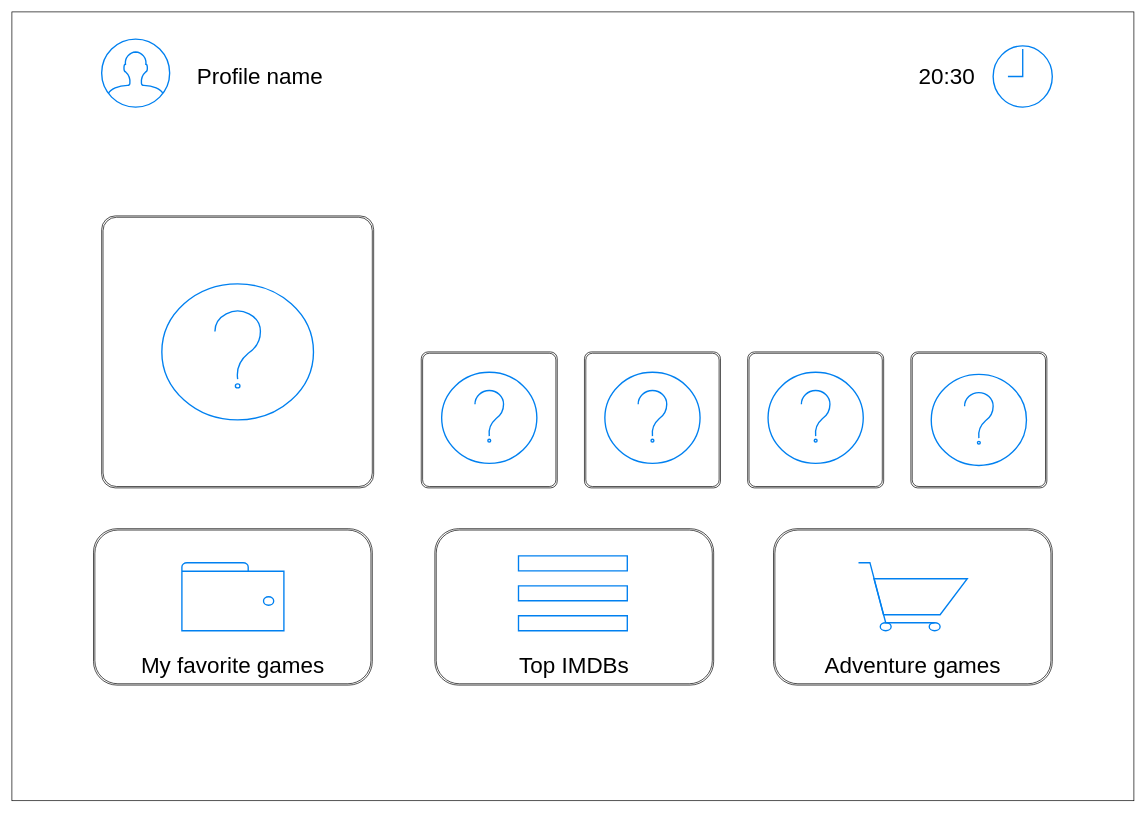
DouglasVolcato/xbox-live-frontend keeps this draw.io diagram as src/presentation/drawings/home-page.drawio. Above is the earlier version. Source tidied: cells renumbered, new cells numbered last; positions are measured from the earlier drawing's top-left corner, leaving out a move shared by most shapes. Both pictures are drawn from the tidied source at 68%, with x=0, y=0 at pixel (12, 12).
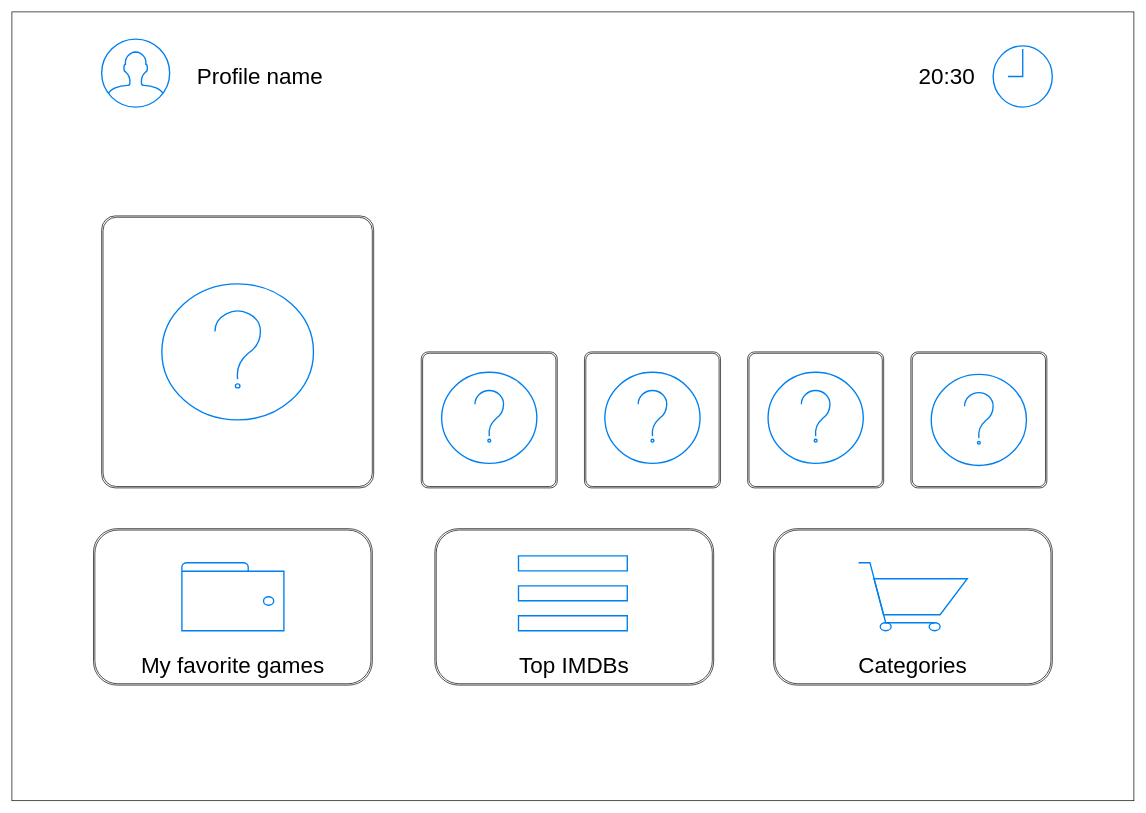
After the change.

Commit message:
chore: implement home-page draw

Diff of the diagram source:
```diff
@@
-    <mxCell id="17" value="Adventure games" style="text;html=1;strokeColor=none;fillColor=none;align=center;verticalAlign=middle;whiteSpace=wrap;rounded=0;fontSize=33;" parent="1" vertex="1">
+    <mxCell id="17" value="Categories" style="text;html=1;strokeColor=none;fillColor=none;align=center;verticalAlign=middle;whiteSpace=wrap;rounded=0;fontSize=33;" parent="1" vertex="1">
       <mxGeometry x="1140" y="930" width="370" height="60" as="geometry" />
     </mxCell>
```
